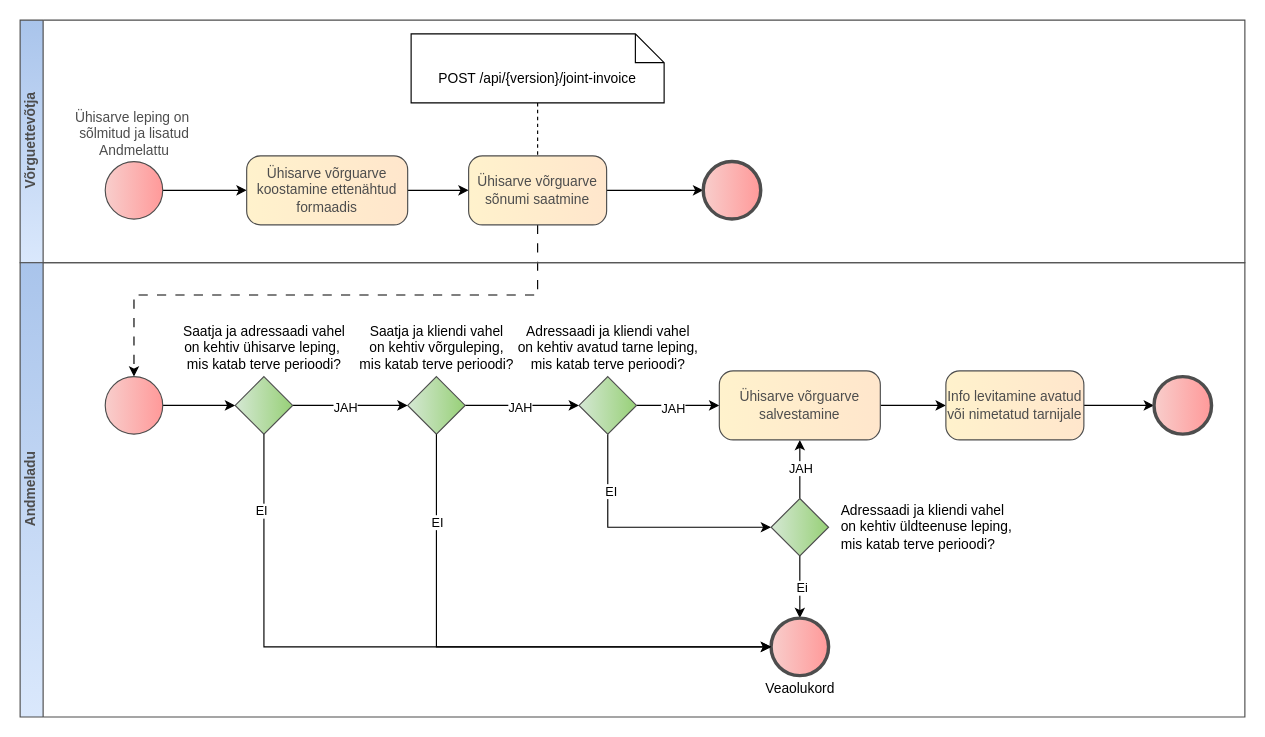
This is page "Ühisarve võrguarve lisamine" (2 of 2) of diagrams/joint-invoice/joint-invoice.drawio from Elering/estfeed-datahub-docs, a draw.io file, before an edit. Source tidied: cells renumbered, new cells numbered last; positions are measured from the earlier drawing's top-left corner, leaving out a move shared by most shapes. Both pictures are drawn from the tidied source at 115%, with x=0, y=0 at pixel (20, 20).
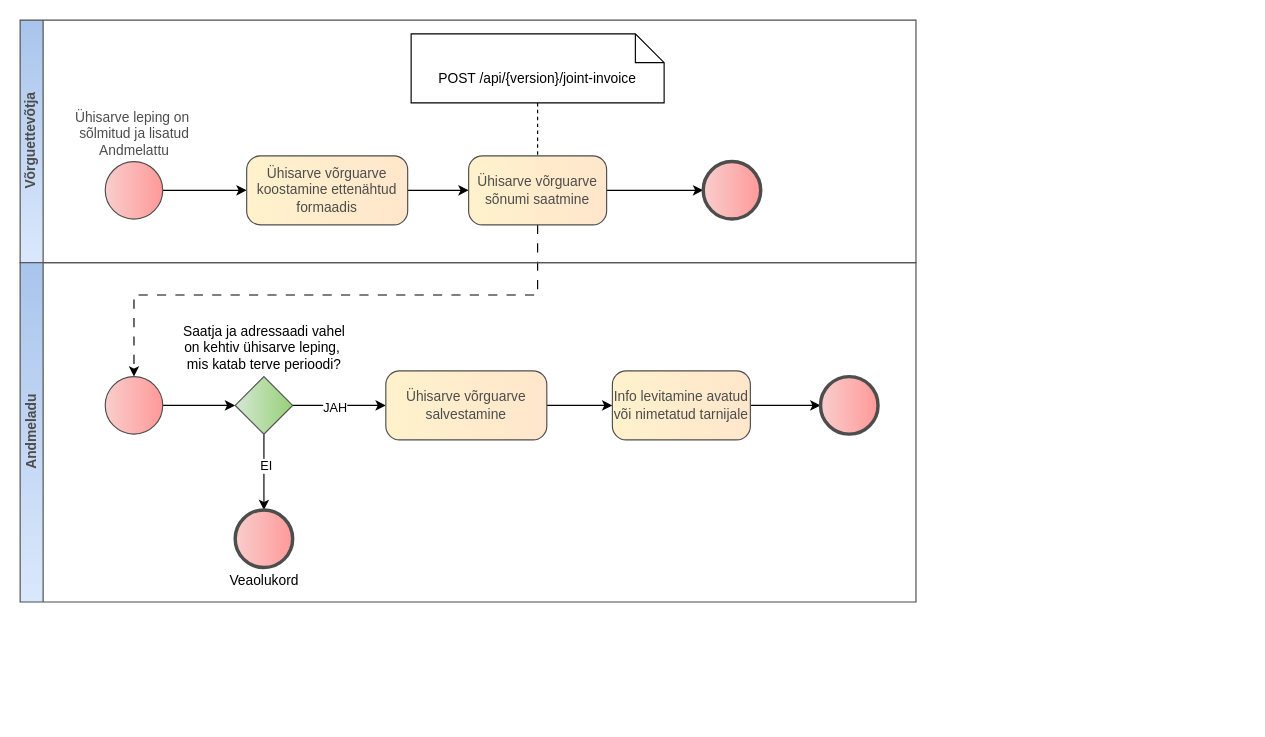
Above is the later version.

Unchanged cells that the change refers to:
```xml
<mxCell id="16" value="Saatja ja adressaadi vahel&lt;br&gt;on kehtiv ühisarve leping,&amp;nbsp;&lt;br&gt;mis katab terve perioodi?" style="points=[[0.25,0.25,0],[0.5,0,0],[0.75,0.25,0],[1,0.5,0],[0.75,0.75,0],[0.5,1,0],[0.25,0.75,0],[0,0.5,0]];shape=mxgraph.bpmn.gateway2;html=1;verticalLabelPosition=top;labelBackgroundColor=#ffffff;verticalAlign=middle;align=center;perimeter=rhombusPerimeter;outlineConnect=0;outline=none;symbol=none;fontFamily=Helvetica;fontSize=12;fontColor=#000000;fillColor=#D5E8D4;strokeColor=#4D4D4D;rounded=0;shadow=0;gradientColor=#97D077;gradientDirection=east;spacing=0;labelPosition=center;" parent="1" vertex="1">
  <mxGeometry x="187" y="310" width="50" height="50" as="geometry" />
</mxCell>
```

The edit, as a diff of the source:
```diff
@@
-    <mxCell id="14" style="edgeStyle=orthogonalEdgeStyle;rounded=0;jettySize=auto;html=1;" parent="1" edge="1" source="16" target="19">
+    <mxCell id="14" style="edgeStyle=orthogonalEdgeStyle;rounded=0;jettySize=auto;html=1;" parent="1" edge="1" source="16" target="31">
       <mxGeometry relative="1" as="geometry" />
     </mxCell>
@@
+    <mxCell id="33" style="edgeStyle=orthogonalEdgeStyle;rounded=0;jettySize=auto;html=1;" parent="1" edge="1" source="16" target="32">
+      <mxGeometry relative="1" as="geometry" />
+    </mxCell>
+    <mxCell id="42" value="EI" style="edgeLabel;html=1;align=center;verticalAlign=middle;" parent="33" vertex="1">
+      <mxGeometry x="-0.17" y="1" relative="1" as="geometry" />
+    </mxCell>
@@
-    <mxCell id="17" style="edgeStyle=orthogonalEdgeStyle;rounded=0;jettySize=auto;html=1;" parent="1" edge="1" source="19" target="24">
-      <mxGeometry relative="1" as="geometry" />
-    </mxCell>
-    <mxCell id="18" value="JAH" style="edgeLabel;html=1;align=center;verticalAlign=middle;" parent="17" vertex="1">
-      <mxGeometry x="-0.06" relative="1" as="geometry">
-        <mxPoint y="1" as="offset" />
-      </mxGeometry>
-    </mxCell>
-    <mxCell id="19" value="Saatja ja kliendi vahel&lt;br&gt;on kehtiv võrguleping,&lt;br&gt;mis katab terve perioodi?" style="points=[[0.25,0.25,0],[0.5,0,0],[0.75,0.25,0],[1,0.5,0],[0.75,0.75,0],[0.5,1,0],[0.25,0.75,0],[0,0.5,0]];shape=mxgraph.bpmn.gateway2;html=1;verticalLabelPosition=top;labelBackgroundColor=#ffffff;verticalAlign=middle;align=center;perimeter=rhombusPerimeter;outlineConnect=0;outline=none;symbol=none;fontFamily=Helvetica;fontSize=12;fontColor=#000000;fillColor=#D5E8D4;strokeColor=#4D4D4D;rounded=0;shadow=0;gradientColor=#97D077;gradientDirection=east;spacing=0;labelPosition=center;" parent="1" vertex="1">
-      <mxGeometry x="337" y="310" width="50" height="50" as="geometry" />
-    </mxCell>
-    <mxCell id="20" style="edgeStyle=orthogonalEdgeStyle;rounded=0;jettySize=auto;html=1;" parent="1" edge="1" source="24" target="31">
-      <mxGeometry relative="1" as="geometry" />
-    </mxCell>
-    <mxCell id="21" value="JAH" style="edgeLabel;html=1;align=center;verticalAlign=middle;" parent="20" vertex="1">
-      <mxGeometry x="-0.14" y="-1" relative="1" as="geometry">
-        <mxPoint y="1" as="offset" />
-      </mxGeometry>
-    </mxCell>
-    <mxCell id="22" style="edgeStyle=orthogonalEdgeStyle;rounded=0;jettySize=auto;html=1;" parent="1" edge="1" source="24" target="29">
-      <mxGeometry relative="1" as="geometry">
-        <Array as="points">
-          <mxPoint x="511" y="441" />
-        </Array>
-      </mxGeometry>
-    </mxCell>
-    <mxCell id="23" value="EI" style="edgeLabel;html=1;align=center;verticalAlign=middle;" parent="22" vertex="1">
-      <mxGeometry x="-0.57" y="2" relative="1" as="geometry">
-        <mxPoint y="1" as="offset" />
-      </mxGeometry>
-    </mxCell>
-    <mxCell id="24" value="Adressaadi ja kliendi vahel&lt;br&gt;on kehtiv avatud tarne leping,&lt;br&gt;mis katab terve perioodi?" style="points=[[0.25,0.25,0],[0.5,0,0],[0.75,0.25,0],[1,0.5,0],[0.75,0.75,0],[0.5,1,0],[0.25,0.75,0],[0,0.5,0]];shape=mxgraph.bpmn.gateway2;html=1;verticalLabelPosition=top;labelBackgroundColor=#ffffff;verticalAlign=middle;align=center;perimeter=rhombusPerimeter;outlineConnect=0;outline=none;symbol=none;fontFamily=Helvetica;fontSize=12;fontColor=#000000;fillColor=#D5E8D4;strokeColor=#4D4D4D;rounded=0;shadow=0;gradientColor=#97D077;gradientDirection=east;spacing=0;labelPosition=center;" parent="1" vertex="1">
-      <mxGeometry x="486" y="310" width="50" height="50" as="geometry" />
-    </mxCell>
-    <mxCell id="25" style="edgeStyle=orthogonalEdgeStyle;rounded=0;jettySize=auto;html=1;" parent="1" edge="1" source="29" target="31">
-      <mxGeometry relative="1" as="geometry" />
-    </mxCell>
-    <mxCell id="26" value="JAH" style="edgeLabel;html=1;align=center;verticalAlign=middle;" parent="25" vertex="1">
-      <mxGeometry x="0.05" relative="1" as="geometry" />
-    </mxCell>
-    <mxCell id="27" style="edgeStyle=orthogonalEdgeStyle;rounded=0;jettySize=auto;html=1;" parent="1" edge="1" source="29" target="32">
-      <mxGeometry relative="1" as="geometry" />
-    </mxCell>
-    <mxCell id="28" value="Ei" style="edgeLabel;html=1;align=center;verticalAlign=middle;" parent="27" vertex="1">
-      <mxGeometry y="1" relative="1" as="geometry" />
-    </mxCell>
-    <mxCell id="29" value="Adressaadi ja kliendi vahel&lt;br style=&quot;border-color: var(--border-color); text-align: center;&quot;&gt;&lt;span style=&quot;text-align: center;&quot;&gt;on kehtiv üldteenuse leping,&lt;/span&gt;&lt;br style=&quot;border-color: var(--border-color); text-align: center;&quot;&gt;&lt;span style=&quot;text-align: center;&quot;&gt;mis katab terve perioodi?&lt;/span&gt;" style="points=[[0.25,0.25,0],[0.5,0,0],[0.75,0.25,0],[1,0.5,0],[0.75,0.75,0],[0.5,1,0],[0.25,0.75,0],[0,0.5,0]];shape=mxgraph.bpmn.gateway2;html=1;verticalLabelPosition=middle;labelBackgroundColor=#ffffff;verticalAlign=middle;align=left;perimeter=rhombusPerimeter;outlineConnect=0;outline=none;symbol=none;fontFamily=Helvetica;fontSize=12;fontColor=#000000;fillColor=#D5E8D4;strokeColor=#4D4D4D;rounded=0;shadow=0;gradientColor=#97D077;gradientDirection=east;spacing=0;labelPosition=right;spacingLeft=11;" parent="1" vertex="1">
-      <mxGeometry x="653" y="416" width="50" height="50" as="geometry" />
-    </mxCell>
@@
     <mxCell id="31" value="Ühisarve võrguarve salvestamine" style="rounded=1;whiteSpace=wrap;html=1;arcSize=20;fillColor=#fff2cc;strokeColor=#4D4D4D;shadow=0;fontColor=#4D4D4D;gradientColor=#FFE6CC;gradientDirection=east;glass=0;backgroundOutline=0;enumerate=0;labelBackgroundColor=none;labelBorderColor=none;strokeWidth=1;" parent="1" vertex="1">
-      <mxGeometry x="608" y="305" width="140" height="60" as="geometry" />
+      <mxGeometry x="318" y="305" width="140" height="60" as="geometry" />
     </mxCell>
-    <mxCell id="32" value="Veaolukord" style="points=[[0.145,0.145,0],[0.5,0,0],[0.855,0.145,0],[1,0.5,0],[0.855,0.855,0],[0.5,1,0],[0.145,0.855,0],[0,0.5,0]];shape=mxgraph.bpmn.event;html=1;verticalLabelPosition=bottom;labelBackgroundColor=#ffffff;verticalAlign=top;align=center;perimeter=ellipsePerimeter;outlineConnect=0;outline=end;symbol=terminate2;fontFamily=Helvetica;fontSize=12;fontColor=#000000;fillColor=#f8cecc;strokeColor=#4D4D4D;rounded=1;shadow=0;strokeWidth=1;gradientColor=#FF9999;gradientDirection=east;spacing=0;spacingTop=0;spacingLeft=0;spacingBottom=0;labelPosition=center;" parent="1" vertex="1">
-      <mxGeometry x="653" y="520" width="50" height="50" as="geometry" />
-    </mxCell>
-    <mxCell id="33" style="edgeStyle=orthogonalEdgeStyle;rounded=0;jettySize=auto;html=1;entryX=0;entryY=0.5;entryDx=0;entryDy=0;entryPerimeter=0;" parent="1" edge="1" source="16" target="32">
-      <mxGeometry relative="1" as="geometry">
-        <Array as="points">
-          <mxPoint x="212" y="545" />
-        </Array>
-      </mxGeometry>
-    </mxCell>
-    <mxCell id="34" value="EI" style="edgeLabel;html=1;align=center;verticalAlign=middle;" parent="33" vertex="1">
-      <mxGeometry x="-0.79" y="-3" relative="1" as="geometry" />
-    </mxCell>
-    <mxCell id="35" style="edgeStyle=orthogonalEdgeStyle;rounded=0;jettySize=auto;html=1;entryX=0;entryY=0.5;entryDx=0;entryDy=0;entryPerimeter=0;" parent="1" edge="1" source="19" target="32">
-      <mxGeometry relative="1" as="geometry">
-        <Array as="points">
-          <mxPoint x="362" y="545" />
-        </Array>
-      </mxGeometry>
-    </mxCell>
-    <mxCell id="36" value="EI" style="edgeLabel;html=1;align=center;verticalAlign=middle;" parent="35" vertex="1">
-      <mxGeometry x="-0.68" relative="1" as="geometry" />
-    </mxCell>
@@
     <mxCell id="38" value="Info levitamine avatud või nimetatud tarnijale" style="whiteSpace=wrap;html=1;fillColor=#fff2cc;strokeColor=#4D4D4D;fontColor=#4D4D4D;rounded=1;arcSize=20;shadow=0;gradientColor=#FFE6CC;gradientDirection=east;glass=0;labelBackgroundColor=none;labelBorderColor=none;strokeWidth=1;" parent="1" vertex="1">
-      <mxGeometry x="805" y="305" width="120" height="60" as="geometry" />
+      <mxGeometry x="515" y="305" width="120" height="60" as="geometry" />
     </mxCell>
     <mxCell id="39" style="points=[[0.145,0.145,0],[0.5,0,0],[0.855,0.145,0],[1,0.5,0],[0.855,0.855,0],[0.5,1,0],[0.145,0.855,0],[0,0.5,0]];shape=mxgraph.bpmn.event;html=1;verticalLabelPosition=top;labelBackgroundColor=#ffffff;verticalAlign=middle;align=center;perimeter=ellipsePerimeter;outlineConnect=0;outline=end;symbol=terminate2;fontFamily=Helvetica;fontSize=12;fontColor=#000000;fillColor=#f8cecc;strokeColor=#4D4D4D;rounded=1;shadow=0;strokeWidth=1;gradientColor=#FF9999;gradientDirection=east;spacing=0;spacingTop=0;spacingLeft=0;spacingBottom=0;labelPosition=center;" parent="1" vertex="1">
-      <mxGeometry x="986" y="310" width="50" height="50" as="geometry" />
+      <mxGeometry x="696" y="310" width="50" height="50" as="geometry" />
     </mxCell>
     <mxCell id="40" value="Võrguettevõtja" style="swimlane;html=1;horizontal=0;startSize=20;strokeColor=#4D4D4D;fillColor=#dae8fc;fontColor=#4D4D4D;gradientColor=#A9C4EB;gradientDirection=north;rotation=0;" parent="1" vertex="1">
-      <mxGeometry width="1065" height="211" as="geometry" />
+      <mxGeometry width="779" height="211" as="geometry" />
     </mxCell>
     <mxCell id="41" value="Andmeladu" style="swimlane;html=1;horizontal=0;startSize=20;strokeColor=#4D4D4D;fillColor=#dae8fc;fontColor=#4D4D4D;gradientColor=#A9C4EB;gradientDirection=north;rotation=0;" parent="1" vertex="1">
-      <mxGeometry y="211" width="1065" height="395" as="geometry" />
+      <mxGeometry y="211" width="779" height="295" as="geometry" />
     </mxCell>
+    <mxCell id="32" value="Veaolukord" style="points=[[0.145,0.145,0],[0.5,0,0],[0.855,0.145,0],[1,0.5,0],[0.855,0.855,0],[0.5,1,0],[0.145,0.855,0],[0,0.5,0]];shape=mxgraph.bpmn.event;html=1;verticalLabelPosition=bottom;labelBackgroundColor=#ffffff;verticalAlign=top;align=center;perimeter=ellipsePerimeter;outlineConnect=0;outline=end;symbol=terminate2;fontFamily=Helvetica;fontSize=12;fontColor=#000000;fillColor=#f8cecc;strokeColor=#4D4D4D;rounded=1;shadow=0;strokeWidth=1;gradientColor=#FF9999;gradientDirection=east;spacing=0;spacingTop=0;spacingLeft=0;spacingBottom=0;labelPosition=center;" parent="41" vertex="1">
+      <mxGeometry x="187" y="215" width="50" height="50" as="geometry" />
+    </mxCell>
```
